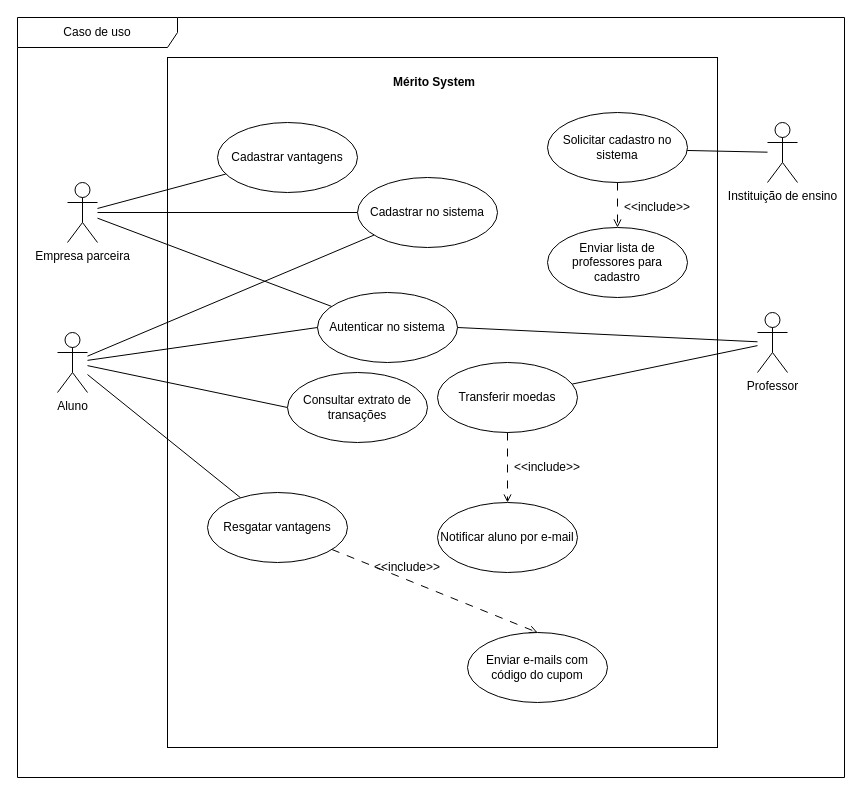
This is page "Caso de uso" (2 of 3) of Projeto/lab3.drawio from Renato-Paganini/LDS-LAB03, a draw.io file, before an edit. Source tidied: cells renumbered, new cells numbered last; positions are measured from the earlier drawing's top-left corner, leaving out a move shared by most shapes. Both pictures are drawn from the tidied source at 100%, with x=0, y=0 at pixel (17, 17).
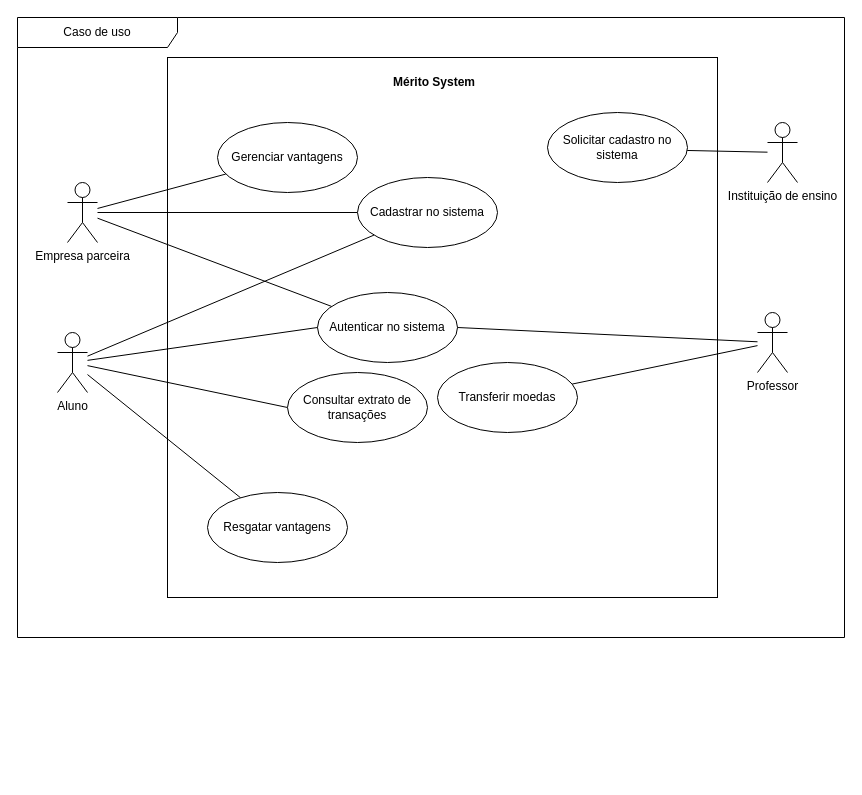
Above is the later version.

The change refers to these unchanged cells:
```xml
<mxCell id="20" value="Transferir moedas" style="ellipse;whiteSpace=wrap;html=1;" parent="2" vertex="1">
  <mxGeometry x="420" y="345" width="140" height="70" as="geometry" />
</mxCell>
<mxCell id="23" value="Resgatar vantagens" style="ellipse;whiteSpace=wrap;html=1;" parent="2" vertex="1">
  <mxGeometry x="190" y="475" width="140" height="70" as="geometry" />
</mxCell>
<mxCell id="24" value="Solicitar cadastro no sistema" style="ellipse;whiteSpace=wrap;html=1;" parent="2" vertex="1">
  <mxGeometry x="530" y="95" width="140" height="70" as="geometry" />
</mxCell>
```

The edit, as a diff of the source:
```diff
@@
     <mxCell id="2" value="Caso de uso" style="shape=umlFrame;whiteSpace=wrap;html=1;width=160;" parent="1" vertex="1">
-      <mxGeometry width="827" height="760" as="geometry" />
+      <mxGeometry width="827" height="620" as="geometry" />
     </mxCell>
@@
-    <mxCell id="19" value="Notificar aluno por e-mail" style="ellipse;whiteSpace=wrap;html=1;" parent="2" vertex="1">
-      <mxGeometry x="420" y="485" width="140" height="70" as="geometry" />
-    </mxCell>
@@
-    <mxCell id="22" style="rounded=0;jettySize=auto;html=1;entryX=0.5;entryY=0;entryDx=0;entryDy=0;fontFamily=Helvetica;fontSize=12;fontColor=default;endArrow=open;endFill=0;dashed=1;dashPattern=8 8;" parent="2" edge="1" source="23" target="32">
-      <mxGeometry relative="1" as="geometry" />
-    </mxCell>
@@
-    <mxCell id="25" value="Enviar lista de professores para cadastro" style="ellipse;whiteSpace=wrap;html=1;" parent="2" vertex="1">
-      <mxGeometry x="530" y="210" width="140" height="70" as="geometry" />
-    </mxCell>
-    <mxCell id="26" value="Cadastrar vantagens" style="ellipse;whiteSpace=wrap;html=1;" parent="2" vertex="1">
+    <mxCell id="26" value="Gerenciar vantagens" style="ellipse;whiteSpace=wrap;html=1;" parent="2" vertex="1">
       <mxGeometry x="200" y="105" width="140" height="70" as="geometry" />
     </mxCell>
-    <mxCell id="27" style="rounded=0;jettySize=auto;html=1;endArrow=open;endFill=0;dashed=1;dashPattern=8 8;" parent="2" edge="1" source="20" target="19">
-      <mxGeometry relative="1" as="geometry" />
-    </mxCell>
-    <mxCell id="28" value="&amp;lt;&amp;lt;include&amp;gt;&amp;gt;" style="text;html=1;strokeColor=none;fillColor=none;align=center;verticalAlign=middle;whiteSpace=wrap;rounded=0;" parent="2" vertex="1">
-      <mxGeometry x="500" y="435" width="60" height="30" as="geometry" />
-    </mxCell>
-    <mxCell id="29" style="group;" parent="2" vertex="1">
-      <mxGeometry x="610" y="175" width="60" height="30" as="geometry" />
-    </mxCell>
-    <mxCell id="30" style="rounded=0;orthogonalLoop=1;jettySize=auto;html=1;endArrow=open;endFill=0;dashed=1;dashPattern=8 8;" parent="29" edge="1">
-      <mxGeometry relative="1" as="geometry" />
-    </mxCell>
-    <mxCell id="31" value="&amp;lt;&amp;lt;include&amp;gt;&amp;gt;" style="text;html=1;strokeColor=none;fillColor=none;align=center;verticalAlign=middle;whiteSpace=wrap;rounded=0;" parent="29" vertex="1">
-      <mxGeometry width="60" height="30" as="geometry" />
-    </mxCell>
-    <mxCell id="32" value="Enviar e-mails com código do cupom" style="ellipse;whiteSpace=wrap;html=1;" parent="2" vertex="1">
-      <mxGeometry x="450" y="615" width="140" height="70" as="geometry" />
-    </mxCell>
-    <mxCell id="33" value="&amp;lt;&amp;lt;include&amp;gt;&amp;gt;" style="text;html=1;strokeColor=none;fillColor=none;align=center;verticalAlign=middle;whiteSpace=wrap;rounded=0;" parent="2" vertex="1">
-      <mxGeometry x="360" y="535" width="60" height="30" as="geometry" />
-    </mxCell>
     <mxCell id="34" style="rounded=0;whiteSpace=wrap;html=1;strokeColor=default;fontFamily=Helvetica;fontSize=12;fontColor=default;fillColor=none;" parent="2" vertex="1">
-      <mxGeometry x="150" y="40" width="550" height="690" as="geometry" />
+      <mxGeometry x="150" y="40" width="550" height="540" as="geometry" />
     </mxCell>
@@
-    <mxCell id="36" style="rounded=0;jettySize=auto;html=1;endArrow=open;endFill=0;dashed=1;dashPattern=8 8;" parent="1" edge="1" source="24" target="25">
-      <mxGeometry relative="1" as="geometry" />
-    </mxCell>
```
